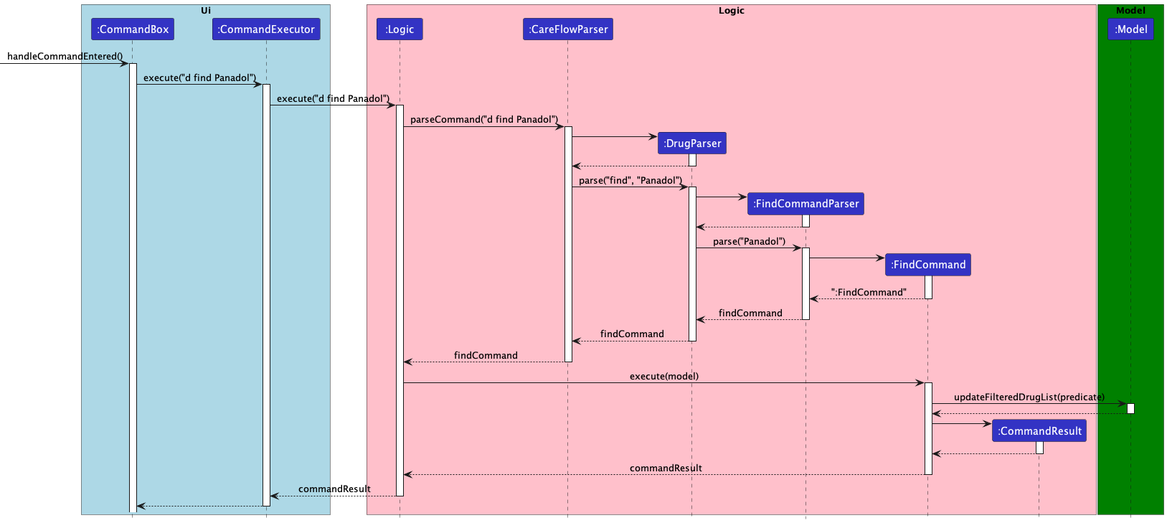
Earlier version of the PlantUML export docs/images/DrugFindCommandSequenceDiagram.png (nus-cs2103-AY2223S2/tp). The source it was exported from:
```plantuml
@startuml
!include style.puml
box "Ui" #LightBlue
participant ":CommandBox" as CommandBox LOGIC_COLOR
participant  ":CommandExecutor" as CommandExecutor LOGIC_COLOR
end box
box "Logic" #Pink
participant ":Logic" as Logic LOGIC_COLOR
participant ":CareFlowParser" as CareFlowParser LOGIC_COLOR
participant ":DrugParser" as DrugParser LOGIC_COLOR
participant ":FindCommandParser" as FindCommandParser LOGIC_COLOR
participant ":FindCommand" as FindCommand LOGIC_COLOR
participant ":CommandResult" as CommandResult LOGIC_COLOR
end box
box "Model" #Green
participant ":Model" as Model LOGIC_COLOR
end box

-> CommandBox: handleCommandEntered()
activate CommandBox
CommandBox -> CommandExecutor: execute("d find Panadol")
activate CommandExecutor
CommandExecutor -> Logic: execute("d find Panadol")
activate Logic
Logic -> CareFlowParser: parseCommand("d find Panadol")
activate CareFlowParser
create DrugParser
CareFlowParser -> DrugParser
activate DrugParser
DrugParser --> CareFlowParser
deactivate DrugParser
CareFlowParser -> DrugParser: parse("find", "Panadol")
activate DrugParser
create FindCommandParser
DrugParser -> FindCommandParser
activate FindCommandParser
FindCommandParser --> DrugParser
deactivate FindCommandParser
DrugParser -> FindCommandParser: parse("Panadol")
activate FindCommandParser
create FindCommand
FindCommandParser -> FindCommand
activate FindCommand
FindCommand --> FindCommandParser: ":FindCommand"
deactivate FindCommand
FindCommandParser --> DrugParser: findCommand
deactivate FindCommandParser
DrugParser --> CareFlowParser: findCommand
deactivate DrugParser
CareFlowParser --> Logic: findCommand
deactivate CareFlowParser
Logic -> FindCommand: execute(model)
activate FindCommand
FindCommand -> Model:updateFilteredDrugList(predicate)
activate Model
Model --> FindCommand
deactivate Model
create CommandResult
FindCommand -> CommandResult
activate CommandResult
CommandResult --> FindCommand
deactivate CommandResult
FindCommand --> Logic: commandResult
deactivate FindCommand
Logic --> CommandExecutor: commandResult
deactivate Logic
CommandExecutor --> CommandBox
deactivate CommandExecutor
@enduml
```
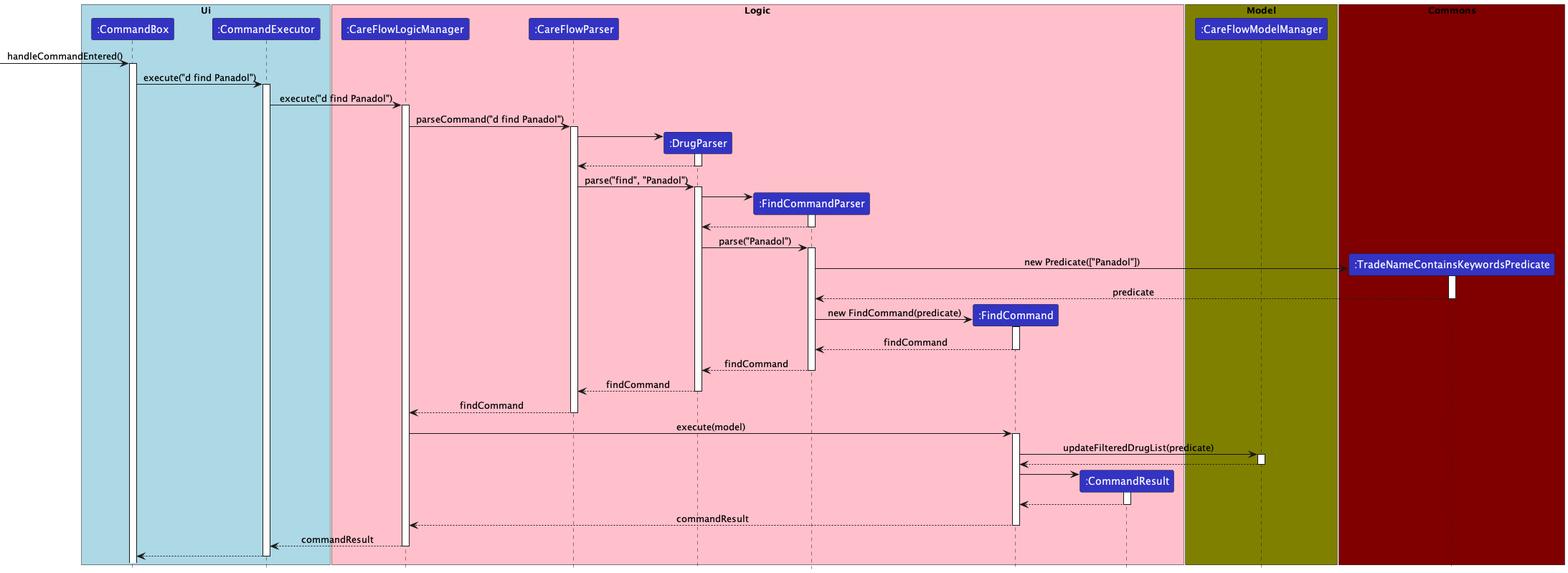
Later version of the same file.

Commit message:
Update drug find command sequence digram to include more details on the predicate

Diff of the diagram source:
```diff
@@ -5,17 +5,19 @@
 participant  ":CommandExecutor" as CommandExecutor LOGIC_COLOR
 end box
 box "Logic" #Pink
-participant ":Logic" as Logic LOGIC_COLOR
+participant ":CareFlowLogicManager" as Logic LOGIC_COLOR
 participant ":CareFlowParser" as CareFlowParser LOGIC_COLOR
 participant ":DrugParser" as DrugParser LOGIC_COLOR
 participant ":FindCommandParser" as FindCommandParser LOGIC_COLOR
 participant ":FindCommand" as FindCommand LOGIC_COLOR
 participant ":CommandResult" as CommandResult LOGIC_COLOR
 end box
-box "Model" #Green
-participant ":Model" as Model LOGIC_COLOR
+box "Model" #Olive
+participant ":CareFlowModelManager" as Model LOGIC_COLOR
 end box
-
+box "Commons" #Maroon
+participant ":TradeNameContainsKeywordsPredicate" as Predicate LOGIC_COLOR
+end box
 -> CommandBox: handleCommandEntered()
 activate CommandBox
 CommandBox -> CommandExecutor: execute("d find Panadol")
@@ -38,10 +40,15 @@
 deactivate FindCommandParser
 DrugParser -> FindCommandParser: parse("Panadol")
 activate FindCommandParser
+create Predicate
+FindCommandParser -> Predicate: new Predicate(["Panadol"])
+activate Predicate
+Predicate --> FindCommandParser: predicate
+deactivate Predicate
 create FindCommand
-FindCommandParser -> FindCommand
+FindCommandParser -> FindCommand: new FindCommand(predicate)
 activate FindCommand
-FindCommand --> FindCommandParser: ":FindCommand"
+FindCommand --> FindCommandParser: findCommand
 deactivate FindCommand
 FindCommandParser --> DrugParser: findCommand
 deactivate FindCommandParser
```
